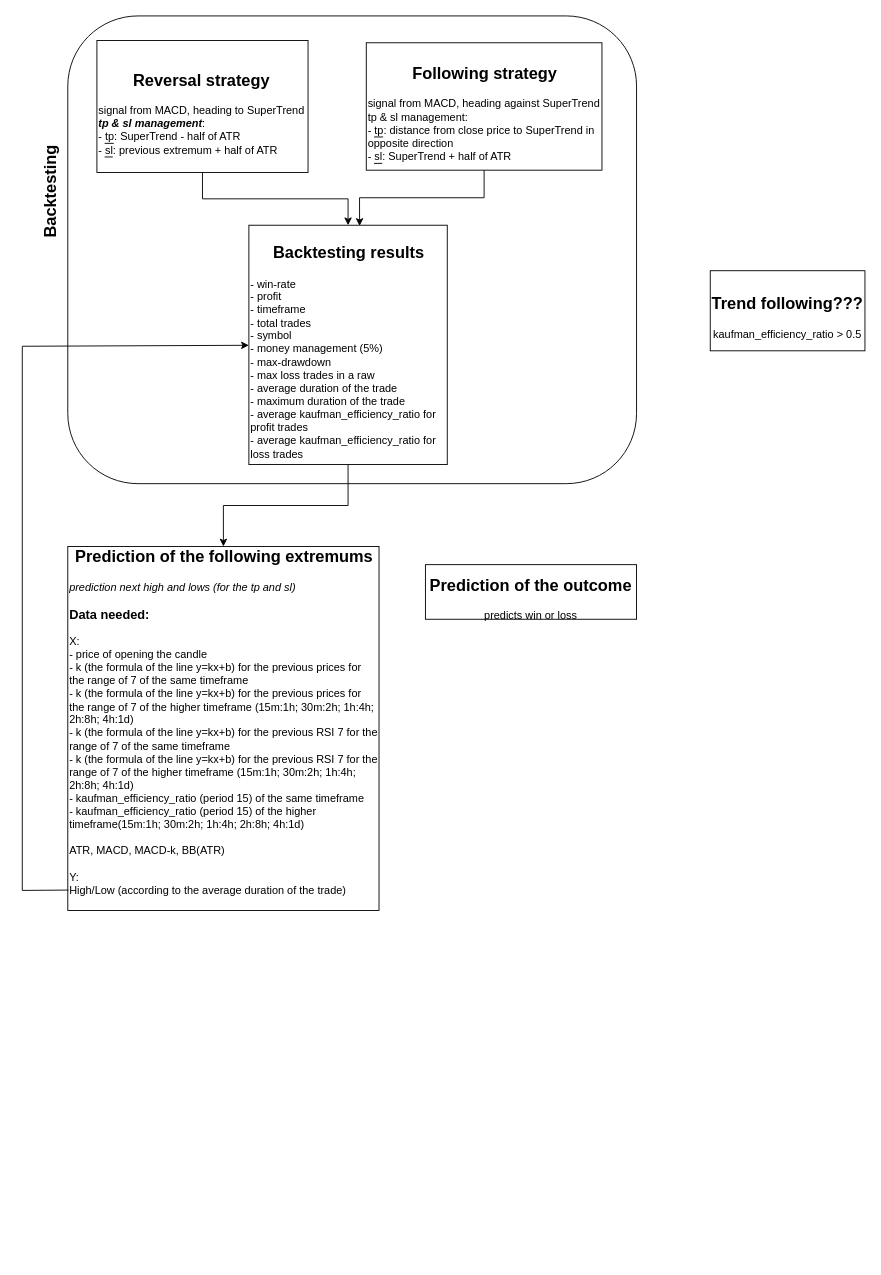
Before: Untitled Diagram.drawio in Nazarka99/backtesting-visualisation, a draw.io diagram. Source tidied: cells renumbered, new cells numbered last; positions are measured from the earlier drawing's top-left corner, leaving out a move shared by most shapes. Both pictures are drawn from the tidied source at 91%, with x=0, y=0 at pixel (-5, 15).
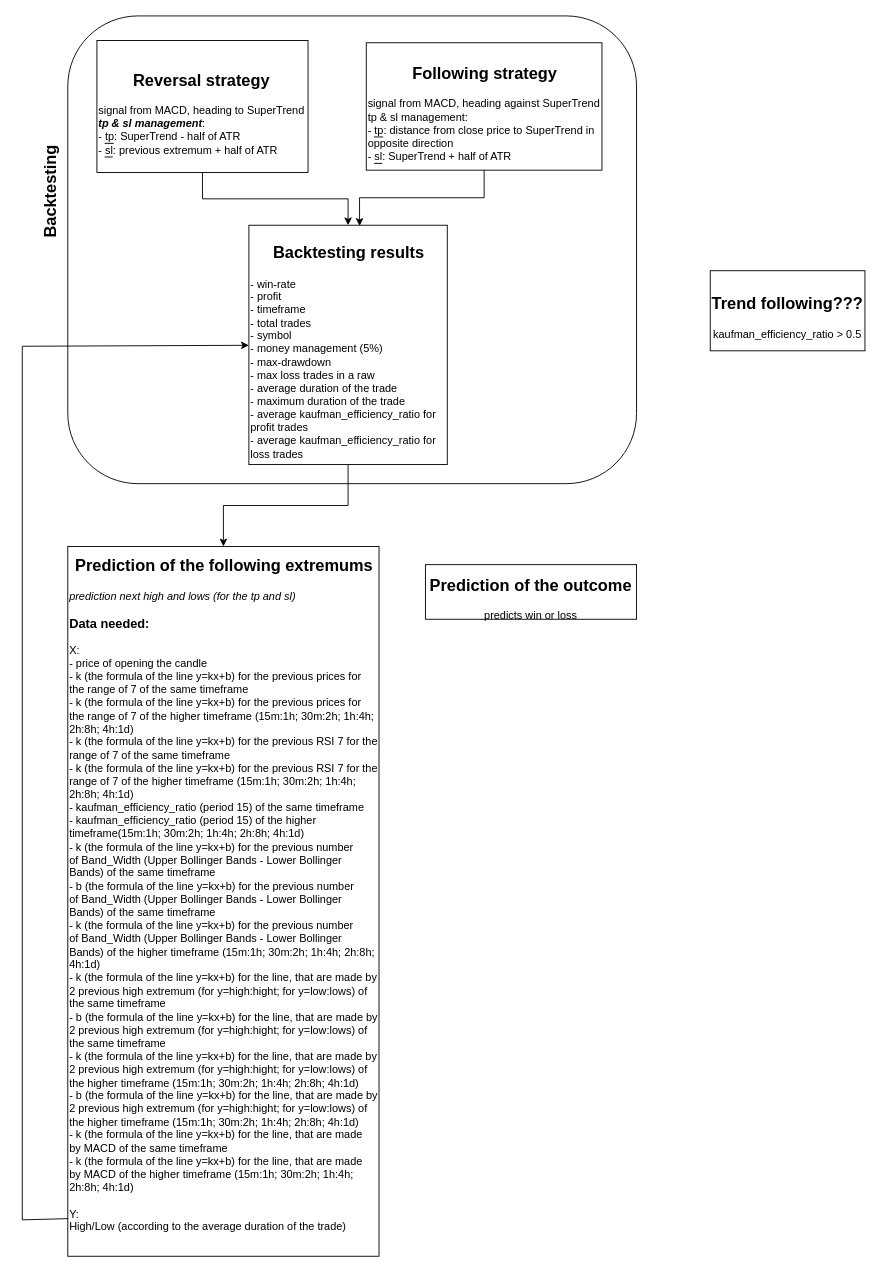
Above is the later version.

Diff of the diagram source:
```diff
@@
 <mxGraphModel>
   <root>
     <mxCell id="0" />
     <mxCell id="1" parent="0" />
     <mxCell id="2" value="&lt;h2&gt;Backtesting&lt;/h2&gt;" style="text;html=1;align=center;verticalAlign=middle;whiteSpace=wrap;rounded=0;rotation=-90;" parent="1" vertex="1">
       <mxGeometry y="178" width="124" height="30" as="geometry" />
     </mxCell>
-    <mxCell id="3" value="&lt;h2 style=&quot;text-align: center;&quot;&gt;Prediction of the following extremums&lt;/h2&gt;&lt;div&gt;&lt;i&gt;prediction next high and lows (for the tp and sl)&lt;/i&gt;&lt;/div&gt;&lt;h3&gt;Data needed:&lt;/h3&gt;&lt;div&gt;X:&lt;/div&gt;&lt;div&gt;- price of opening the candle&lt;/div&gt;&lt;div&gt;- k (the formula of the line y=kx+b) for the previous prices for the range of 7 of the same timeframe&lt;/div&gt;&lt;div&gt;-&lt;span style=&quot;background-color: initial;&quot;&gt;&amp;nbsp;k (the formula of the line y=kx+b) for the previous prices for the range of 7 of the higher timeframe (15m:1h; 30m:2h; 1h:4h; 2h:8h; 4h:1d)&lt;/span&gt;&lt;/div&gt;&lt;div&gt;&lt;span style=&quot;background-color: initial;&quot;&gt;-&amp;nbsp;&lt;/span&gt;&lt;span style=&quot;background-color: initial;&quot;&gt;k (the formula of the line y=kx+b) for the previous RSI 7 for the range of 7 of the same timeframe&lt;/span&gt;&lt;/div&gt;&lt;div&gt;&lt;span style=&quot;background-color: initial;&quot;&gt;-&amp;nbsp;&lt;/span&gt;&lt;span style=&quot;background-color: initial;&quot;&gt;k (the formula of the line y=kx+b) for the previous RSI 7 for the range of 7 of the higher timeframe&amp;nbsp;&lt;/span&gt;&lt;span style=&quot;background-color: initial;&quot;&gt;(15m:1h; 30m:2h; 1h:4h; 2h:8h; 4h:1d)&lt;/span&gt;&lt;span style=&quot;background-color: initial;&quot;&gt;&lt;br&gt;&lt;/span&gt;&lt;/div&gt;&lt;div&gt;&lt;span style=&quot;background-color: initial;&quot;&gt;-&amp;nbsp;&lt;/span&gt;&lt;span style=&quot;background-color: initial;&quot;&gt;kaufman_efficiency_ratio (period 15) of the same timeframe&lt;/span&gt;&lt;/div&gt;&lt;div&gt;&lt;span style=&quot;background-color: initial;&quot;&gt;- kaufman_efficiency_ratio (period 15) of the higher timeframe&lt;/span&gt;&lt;span style=&quot;background-color: initial;&quot;&gt;(15m:1h; 30m:2h; 1h:4h; 2h:8h; 4h:1d)&lt;/span&gt;&lt;span style=&quot;background-color: initial;&quot;&gt;&lt;br&gt;&lt;/span&gt;&lt;/div&gt;&lt;div&gt;&lt;span style=&quot;background-color: initial;&quot;&gt;&lt;br&gt;&lt;/span&gt;&lt;/div&gt;&lt;div&gt;&lt;span style=&quot;background-color: initial;&quot;&gt;ATR, MACD, MACD-k, BB(ATR)&lt;/span&gt;&lt;/div&gt;&lt;div&gt;&lt;span style=&quot;background-color: initial;&quot;&gt;&lt;br&gt;&lt;/span&gt;&lt;/div&gt;&lt;div&gt;&lt;span style=&quot;background-color: initial;&quot;&gt;Y:&lt;/span&gt;&lt;/div&gt;&lt;div&gt;&lt;span style=&quot;background-color: initial;&quot;&gt;High/Low (according to the average duration of the trade)&lt;/span&gt;&lt;/div&gt;&lt;div&gt;&lt;span style=&quot;background-color: initial;&quot;&gt;&lt;br&gt;&lt;/span&gt;&lt;/div&gt;&lt;div&gt;&lt;span style=&quot;background-color: initial;&quot;&gt;&lt;br&gt;&lt;/span&gt;&lt;/div&gt;" style="rounded=0;whiteSpace=wrap;html=1;align=left;" parent="1" vertex="1">
-      <mxGeometry x="80" y="583" width="342" height="400" as="geometry" />
+    <mxCell id="3" value="&lt;h2 style=&quot;text-align: center;&quot;&gt;Prediction of the following extremums&lt;/h2&gt;&lt;div&gt;&lt;i&gt;prediction next high and lows (for the tp and sl)&lt;/i&gt;&lt;/div&gt;&lt;h3&gt;Data needed:&lt;/h3&gt;&lt;div&gt;X:&lt;/div&gt;&lt;div&gt;- price of opening the candle&lt;/div&gt;&lt;div&gt;- k (the formula of the line y=kx+b) for the previous prices for the range of 7 of the same timeframe&lt;/div&gt;&lt;div&gt;-&lt;span style=&quot;background-color: initial;&quot;&gt;&amp;nbsp;k (the formula of the line y=kx+b) for the previous prices for the range of 7 of the higher timeframe (15m:1h; 30m:2h; 1h:4h; 2h:8h; 4h:1d)&lt;/span&gt;&lt;/div&gt;&lt;div&gt;&lt;span style=&quot;background-color: initial;&quot;&gt;-&amp;nbsp;&lt;/span&gt;&lt;span style=&quot;background-color: initial;&quot;&gt;k (the formula of the line y=kx+b) for the previous RSI 7 for the range of 7 of the same timeframe&lt;/span&gt;&lt;/div&gt;&lt;div&gt;&lt;span style=&quot;background-color: initial;&quot;&gt;-&amp;nbsp;&lt;/span&gt;&lt;span style=&quot;background-color: initial;&quot;&gt;k (the formula of the line y=kx+b) for the previous RSI 7 for the range of 7 of the higher timeframe&amp;nbsp;&lt;/span&gt;&lt;span style=&quot;background-color: initial;&quot;&gt;(15m:1h; 30m:2h; 1h:4h; 2h:8h; 4h:1d)&lt;/span&gt;&lt;span style=&quot;background-color: initial;&quot;&gt;&lt;br&gt;&lt;/span&gt;&lt;/div&gt;&lt;div&gt;&lt;span style=&quot;background-color: initial;&quot;&gt;-&amp;nbsp;&lt;/span&gt;&lt;span style=&quot;background-color: initial;&quot;&gt;kaufman_efficiency_ratio (period 15) of the same timeframe&lt;/span&gt;&lt;/div&gt;&lt;div&gt;&lt;span style=&quot;background-color: initial;&quot;&gt;- kaufman_efficiency_ratio (period 15) of the higher timeframe&lt;/span&gt;&lt;span style=&quot;background-color: initial;&quot;&gt;(15m:1h; 30m:2h; 1h:4h; 2h:8h; 4h:1d)&lt;/span&gt;&lt;span style=&quot;background-color: initial;&quot;&gt;&lt;br&gt;&lt;/span&gt;&lt;/div&gt;&lt;div&gt;&lt;span style=&quot;background-color: initial;&quot;&gt;-&amp;nbsp;&lt;/span&gt;&lt;span style=&quot;background-color: initial;&quot;&gt;k (the formula of the line y=kx+b) for the&amp;nbsp;&lt;/span&gt;&lt;span style=&quot;background-color: initial;&quot;&gt;previous number of&amp;nbsp;&lt;/span&gt;&lt;span style=&quot;background-color: initial;&quot;&gt;Band_Width (Upper Bollinger Bands - Lower Bollinger Bands) of the same timeframe&lt;/span&gt;&lt;/div&gt;&lt;div&gt;&lt;span style=&quot;background-color: initial;&quot;&gt;-&amp;nbsp;&lt;/span&gt;&lt;span style=&quot;background-color: initial;&quot;&gt;b (the formula of the line y=kx+b) for the&amp;nbsp;&lt;/span&gt;&lt;span style=&quot;background-color: initial;&quot;&gt;previous number of&amp;nbsp;&lt;/span&gt;&lt;span style=&quot;background-color: initial;&quot;&gt;Band_Width (Upper Bollinger Bands - Lower Bollinger Bands) of the same timeframe&lt;/span&gt;&lt;span style=&quot;background-color: initial;&quot;&gt;&lt;br&gt;&lt;/span&gt;&lt;/div&gt;&lt;div&gt;&lt;span style=&quot;background-color: initial;&quot;&gt;-&amp;nbsp;&lt;/span&gt;&lt;span style=&quot;background-color: initial;&quot;&gt;k (the formula of the line y=kx+b) for the&amp;nbsp;&lt;/span&gt;&lt;span style=&quot;background-color: initial;&quot;&gt;previous number of&amp;nbsp;&lt;/span&gt;&lt;span style=&quot;background-color: initial;&quot;&gt;Band_Width (Upper Bollinger Bands - Lower Bollinger Bands) of the higher timeframe&amp;nbsp;&lt;/span&gt;&lt;span style=&quot;background-color: initial;&quot;&gt;(15m:1h; 30m:2h; 1h:4h; 2h:8h; 4h:1d)&lt;/span&gt;&lt;span style=&quot;background-color: initial;&quot;&gt;&lt;br&gt;&lt;/span&gt;&lt;/div&gt;&lt;div&gt;&lt;span style=&quot;background-color: initial;&quot;&gt;-&amp;nbsp;&lt;/span&gt;&lt;span style=&quot;background-color: initial;&quot;&gt;k (the formula of the line y=kx+b) for the line, that are made by 2 previous high extremum (for y=high:hight; for y=low:lows) of the same timeframe&lt;/span&gt;&lt;/div&gt;&lt;div&gt;&lt;span style=&quot;background-color: initial;&quot;&gt;- b&lt;/span&gt;&lt;span style=&quot;background-color: initial;&quot;&gt;&amp;nbsp;(the formula of the line y=kx+b) for the line, that are made by 2 previous high extremum (for y=high:hight; for y=low:lows) of the same timeframe&lt;/span&gt;&lt;span style=&quot;background-color: initial;&quot;&gt;&lt;br&gt;&lt;/span&gt;&lt;/div&gt;&lt;div&gt;&lt;div&gt;&lt;span style=&quot;background-color: initial;&quot;&gt;-&amp;nbsp;&lt;/span&gt;&lt;span style=&quot;background-color: initial;&quot;&gt;k (the formula of the line y=kx+b) for the line, that are made by 2 previous high extremum (for y=high:hight; for y=low:lows) of the higher timeframe&amp;nbsp;&lt;/span&gt;&lt;span style=&quot;background-color: initial;&quot;&gt;(15m:1h; 30m:2h; 1h:4h; 2h:8h; 4h:1d)&lt;/span&gt;&lt;/div&gt;&lt;div&gt;&lt;span style=&quot;background-color: initial;&quot;&gt;- b&lt;/span&gt;&lt;span style=&quot;background-color: initial;&quot;&gt;&amp;nbsp;(the formula of the line y=kx+b) for the line, that are made by 2 previous high extremum (for y=high:hight; for y=low:lows) of the higher timeframe&amp;nbsp;&lt;/span&gt;&lt;span style=&quot;background-color: initial;&quot;&gt;(15m:1h; 30m:2h; 1h:4h; 2h:8h; 4h:1d)&lt;/span&gt;&lt;/div&gt;&lt;/div&gt;&lt;div&gt;&lt;span style=&quot;background-color: initial;&quot;&gt;-&amp;nbsp;&lt;/span&gt;&lt;span style=&quot;background-color: initial;&quot;&gt;k (the formula of the line y=kx+b) for the line, that are made by&amp;nbsp;&lt;/span&gt;&lt;span style=&quot;background-color: initial;&quot;&gt;MACD of the same timeframe&lt;/span&gt;&lt;/div&gt;&lt;div&gt;&lt;span style=&quot;background-color: initial;&quot;&gt;-&amp;nbsp;&lt;/span&gt;&lt;span style=&quot;background-color: initial;&quot;&gt;k (the formula of the line y=kx+b) for the line, that are made by&amp;nbsp;&lt;/span&gt;&lt;span style=&quot;background-color: initial;&quot;&gt;MACD of the higher timeframe&amp;nbsp;&lt;/span&gt;&lt;span style=&quot;background-color: initial;&quot;&gt;(15m:1h; 30m:2h; 1h:4h; 2h:8h; 4h:1d)&lt;/span&gt;&lt;/div&gt;&lt;div&gt;&lt;span style=&quot;background-color: initial;&quot;&gt;&lt;br&gt;&lt;/span&gt;&lt;/div&gt;&lt;div&gt;&lt;span style=&quot;background-color: initial;&quot;&gt;Y:&lt;/span&gt;&lt;/div&gt;&lt;div&gt;&lt;span style=&quot;background-color: initial;&quot;&gt;High/Low (according to the average duration of the trade)&lt;/span&gt;&lt;/div&gt;&lt;div&gt;&lt;span style=&quot;background-color: initial;&quot;&gt;&lt;br&gt;&lt;/span&gt;&lt;/div&gt;&lt;div&gt;&lt;span style=&quot;background-color: initial;&quot;&gt;&lt;br&gt;&lt;/span&gt;&lt;/div&gt;" style="rounded=0;whiteSpace=wrap;html=1;align=left;" parent="1" vertex="1">
+      <mxGeometry x="80" y="583" width="342" height="780" as="geometry" />
     </mxCell>
     <mxCell id="4" value="&lt;h2&gt;Prediction of the outcome&lt;/h2&gt;&lt;div&gt;predicts win or loss&lt;/div&gt;" style="rounded=0;whiteSpace=wrap;html=1;" parent="1" vertex="1">
       <mxGeometry x="473" y="603" width="232" height="60" as="geometry" />
     </mxCell>
     <mxCell id="5" value="&lt;h2&gt;Trend following???&lt;/h2&gt;&lt;div&gt;kaufman_efficiency_ratio &amp;gt; 0.5&lt;br&gt;&lt;/div&gt;" style="rounded=0;whiteSpace=wrap;html=1;" parent="1" vertex="1">
       <mxGeometry x="786" y="280" width="170" height="88" as="geometry" />
     </mxCell>
     <mxCell id="6" style="rounded=1;whiteSpace=wrap;html=1;" parent="1" vertex="1">
       <mxGeometry x="80" width="625" height="514" as="geometry" />
     </mxCell>
     <mxCell id="7" style="edgeStyle=orthogonalEdgeStyle;rounded=0;jettySize=auto;html=1;" parent="1" edge="1" source="8" target="11">
       <mxGeometry relative="1" as="geometry" />
     </mxCell>
     <mxCell id="8" value="&lt;h2 style=&quot;text-align: center;&quot;&gt;&lt;font style=&quot;font-size: 18px;&quot;&gt;Reversal strategy&lt;/font&gt;&lt;/h2&gt;&lt;div&gt;signal from MACD, heading to SuperTrend&lt;br&gt;&lt;span style=&quot;font-style: italic; font-weight: 600;&quot; class=&quot;notion-enable-hover&quot;&gt;tp &amp;amp; sl management&lt;/span&gt;:&lt;br&gt;-&amp;nbsp;&lt;span style=&quot;color: inherit; border-bottom: 0.05em solid; overflow-wrap: break-word;&quot; class=&quot;notion-enable-hover&quot;&gt;tp&lt;/span&gt;: SuperTrend - half of ATR&lt;br&gt;-&amp;nbsp;&lt;span style=&quot;color: inherit; border-bottom: 0.05em solid; overflow-wrap: break-word;&quot; class=&quot;notion-enable-hover&quot;&gt;sl&lt;/span&gt;: previous extremum + half of ATR&amp;nbsp;&lt;/div&gt;" style="rounded=0;whiteSpace=wrap;html=1;align=left;labelBackgroundColor=none;" parent="1" vertex="1">
       <mxGeometry x="112" y="27" width="232" height="145" as="geometry" />
     </mxCell>
     <mxCell id="9" value="&lt;h2 style=&quot;text-align: center;&quot;&gt;&lt;span style=&quot;background-color: initial;&quot;&gt;&lt;font style=&quot;font-size: 18px;&quot;&gt;Following strategy&lt;/font&gt;&lt;/span&gt;&lt;/h2&gt;&lt;div&gt;&lt;div style=&quot;&quot;&gt;&lt;span style=&quot;background-color: initial;&quot;&gt;signal from MACD, heading against SuperTrend&lt;/span&gt;&lt;/div&gt;&lt;span style=&quot;background-color: initial;&quot;&gt;&lt;div style=&quot;&quot;&gt;&lt;span style=&quot;background-color: initial;&quot;&gt;tp &amp;amp; sl management:&lt;/span&gt;&lt;span style=&quot;background-color: initial;&quot;&gt;&amp;nbsp;&lt;/span&gt;&lt;/div&gt;&lt;div style=&quot;&quot;&gt;-&amp;nbsp;&lt;span style=&quot;color: inherit; border-bottom: 0.05em solid; overflow-wrap: break-word;&quot; class=&quot;notion-enable-hover&quot;&gt;tp&lt;/span&gt;: distance from close price to SuperTrend in opposite direction&lt;br&gt;-&amp;nbsp;&lt;span style=&quot;color: inherit; border-bottom: 0.05em solid; overflow-wrap: break-word;&quot; class=&quot;notion-enable-hover&quot;&gt;sl&lt;/span&gt;: SuperTrend + half of ATR&lt;span style=&quot;background-color: initial;&quot;&gt;&lt;br&gt;&lt;/span&gt;&lt;/div&gt;&lt;/span&gt;&lt;/div&gt;" style="rounded=0;whiteSpace=wrap;html=1;align=left;" parent="1" vertex="1">
       <mxGeometry x="408" y="29.5" width="259" height="140" as="geometry" />
     </mxCell>
     <mxCell id="10" style="edgeStyle=orthogonalEdgeStyle;rounded=0;jettySize=auto;html=1;exitX=0.5;exitY=1;exitDx=0;exitDy=0;entryX=0.5;entryY=0;entryDx=0;entryDy=0;" parent="1" edge="1" source="11" target="3">
       <mxGeometry relative="1" as="geometry" />
     </mxCell>
     <mxCell id="11" value="&lt;h2 style=&quot;text-align: center;&quot;&gt;Backtesting results&lt;/h2&gt;&lt;div&gt;- win-rate&lt;/div&gt;&lt;div&gt;- profit&lt;/div&gt;&lt;div&gt;- timeframe&lt;/div&gt;&lt;div&gt;- total trades&lt;/div&gt;&lt;div&gt;- symbol&lt;/div&gt;&lt;div&gt;- money management (5%)&lt;/div&gt;&lt;div&gt;- max-drawdown&lt;/div&gt;&lt;div&gt;- max loss trades in a raw&lt;/div&gt;&lt;div&gt;&lt;div&gt;- average duration of the trade&lt;/div&gt;&lt;div&gt;- maximum duration of the trade&lt;/div&gt;&lt;/div&gt;&lt;div&gt;- average&amp;nbsp;kaufman_efficiency_ratio for profit trades&lt;/div&gt;&lt;div&gt;- average&amp;nbsp;kaufman_efficiency_ratio for loss trades&lt;/div&gt;" style="rounded=0;whiteSpace=wrap;html=1;align=left;" parent="1" vertex="1">
       <mxGeometry x="279" y="230" width="218" height="263" as="geometry" />
     </mxCell>
     <mxCell id="12" style="edgeStyle=orthogonalEdgeStyle;rounded=0;jettySize=auto;html=1;entryX=0.558;entryY=0.003;entryDx=0;entryDy=0;entryPerimeter=0;" parent="1" edge="1" source="9" target="11">
       <mxGeometry relative="1" as="geometry" />
     </mxCell>
-    <mxCell id="13" style="endArrow=classic;html=1;rounded=0;exitX=0.002;exitY=0.944;exitDx=0;exitDy=0;exitPerimeter=0;" parent="1" edge="1" source="3" target="11">
+    <mxCell id="13" style="endArrow=classic;html=1;rounded=0;exitX=0.001;exitY=0.947;exitDx=0;exitDy=0;exitPerimeter=0;" parent="1" edge="1" source="3" target="11">
       <mxGeometry relative="1" as="geometry">
         <Array as="points">
-          <mxPoint x="30" y="961" />
+          <mxPoint x="30" y="1323" />
           <mxPoint x="30" y="363" />
         </Array>
       </mxGeometry>
     </mxCell>
   </root>
 </mxGraphModel>
```
